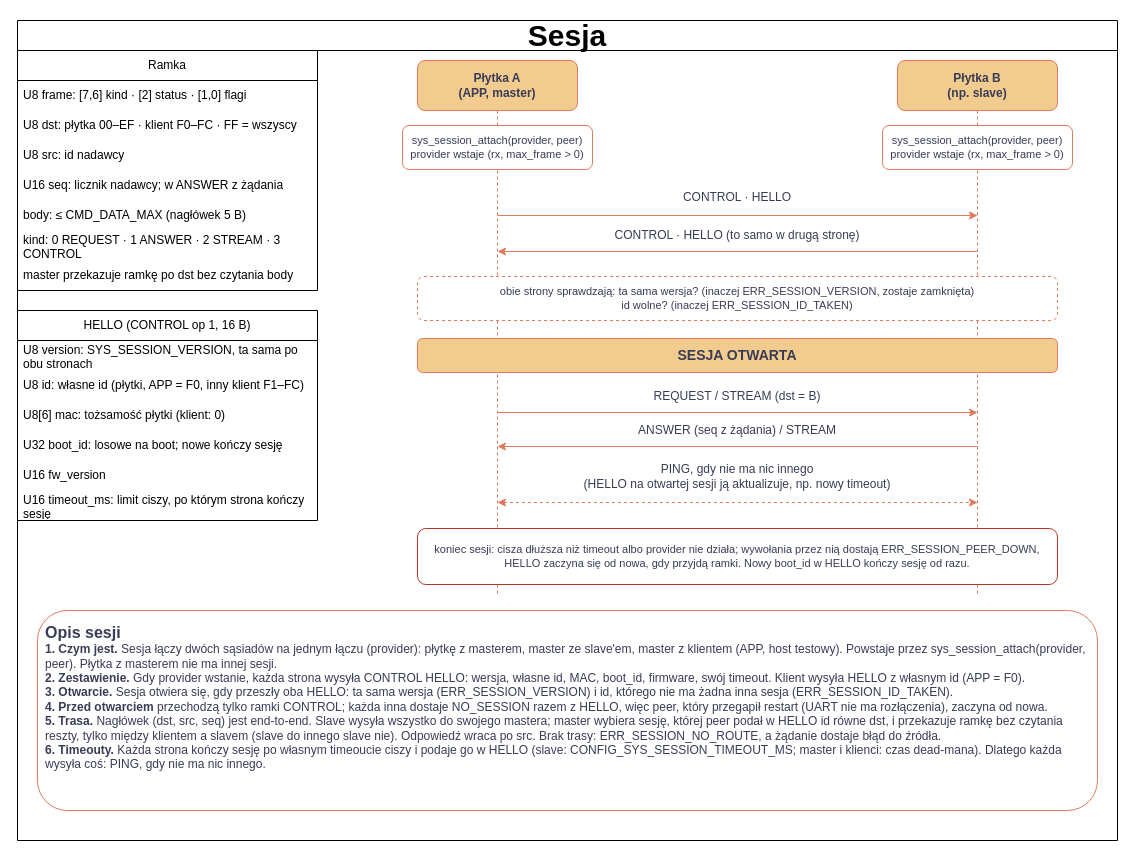
This is page "2 Sesja: zestawienie i ramka" (2 of 10) of _SOFTWARE/runit-dataflow.drawio from prukasz/runIT, a draw.io file, before an edit. Source tidied: cells renumbered, new cells numbered last; positions are measured from the earlier drawing's top-left corner, leaving out a move shared by most shapes. Both pictures are drawn from the tidied source at 100%, with x=0, y=0 at pixel (17, 20).
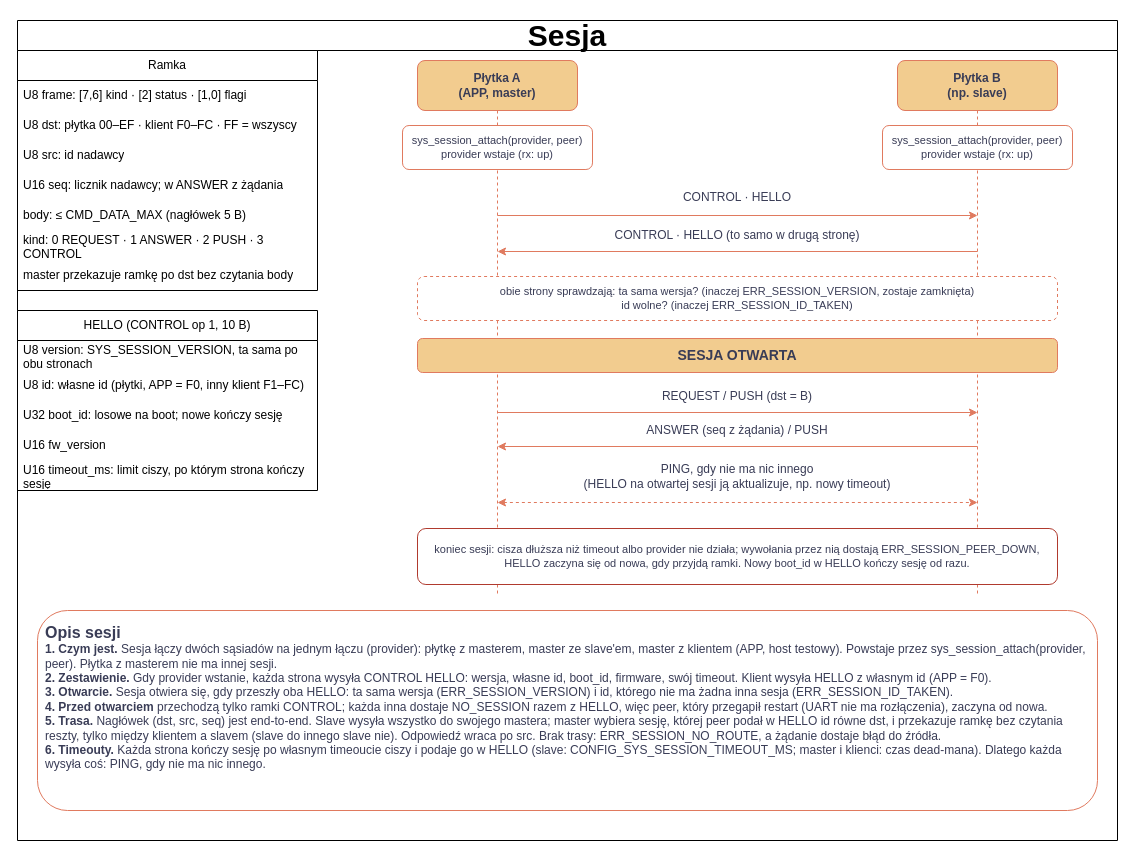
The same diagram, later.

The change refers to these unchanged cells:
```xml
<mxCell id="2" value="&lt;font style=&quot;font-size: 30px;&quot;&gt;Sesja&lt;/font&gt;" style="swimlane;whiteSpace=wrap;html=1;startSize=30;direction=east;" parent="1" vertex="1">
  <mxGeometry width="1100" height="820" as="geometry" />
</mxCell>
<mxCell id="3" value="Ramka" style="swimlane;fontStyle=0;horizontal=1;startSize=30;whiteSpace=wrap;html=1;" parent="2" vertex="1">
  <mxGeometry y="30" width="300" height="240" as="geometry" />
</mxCell>
```

What changed in the source:
```diff
@@
-    <mxCell id="9" value="kind: 0 REQUEST · 1 ANSWER · 2 STREAM · 3 CONTROL" style="text;strokeColor=none;fillColor=none;align=left;verticalAlign=middle;spacingLeft=4;spacingRight=4;overflow=hidden;whiteSpace=wrap;html=1;" parent="3" vertex="1">
+    <mxCell id="9" value="kind: 0 REQUEST · 1 ANSWER · 2 PUSH · 3 CONTROL" style="text;strokeColor=none;fillColor=none;align=left;verticalAlign=middle;spacingLeft=4;spacingRight=4;overflow=hidden;whiteSpace=wrap;html=1;" parent="3" vertex="1">
       <mxGeometry y="180" width="300" height="30" as="geometry" />
     </mxCell>
@@
-    <mxCell id="11" value="HELLO (CONTROL op 1, 16 B)" style="swimlane;fontStyle=0;horizontal=1;startSize=30;whiteSpace=wrap;html=1;" parent="2" vertex="1">
-      <mxGeometry y="290" width="300" height="210" as="geometry" />
+    <mxCell id="11" value="HELLO (CONTROL op 1, 10 B)" style="swimlane;fontStyle=0;horizontal=1;startSize=30;whiteSpace=wrap;html=1;" parent="2" vertex="1">
+      <mxGeometry y="290" width="300" height="180" as="geometry" />
     </mxCell>
@@
-    <mxCell id="14" value="U8[6] mac: tożsamość płytki (klient: 0)" style="text;strokeColor=none;fillColor=none;align=left;verticalAlign=middle;spacingLeft=4;spacingRight=4;overflow=hidden;whiteSpace=wrap;html=1;" parent="11" vertex="1">
-      <mxGeometry y="90" width="300" height="30" as="geometry" />
-    </mxCell>
     <mxCell id="15" value="U32 boot_id: losowe na boot; nowe kończy sesję" style="text;strokeColor=none;fillColor=none;align=left;verticalAlign=middle;spacingLeft=4;spacingRight=4;overflow=hidden;whiteSpace=wrap;html=1;" parent="11" vertex="1">
-      <mxGeometry y="120" width="300" height="30" as="geometry" />
+      <mxGeometry y="90" width="300" height="30" as="geometry" />
     </mxCell>
     <mxCell id="16" value="U16 fw_version" style="text;strokeColor=none;fillColor=none;align=left;verticalAlign=middle;spacingLeft=4;spacingRight=4;overflow=hidden;whiteSpace=wrap;html=1;" parent="11" vertex="1">
-      <mxGeometry y="150" width="300" height="30" as="geometry" />
+      <mxGeometry y="120" width="300" height="30" as="geometry" />
     </mxCell>
     <mxCell id="17" value="U16 timeout_ms: limit ciszy, po którym strona kończy sesję" style="text;strokeColor=none;fillColor=none;align=left;verticalAlign=middle;spacingLeft=4;spacingRight=4;overflow=hidden;whiteSpace=wrap;html=1;" parent="11" vertex="1">
-      <mxGeometry y="180" width="300" height="30" as="geometry" />
+      <mxGeometry y="150" width="300" height="30" as="geometry" />
     </mxCell>
@@
-    <mxCell id="22" value="sys_session_attach(provider, peer)&lt;br&gt;provider wstaje (rx, max_frame &amp;gt; 0)" style="rounded=1;whiteSpace=wrap;html=1;fillColor=#F2CC8F;strokeColor=#E07A5F;fontColor=#393C56;fillColor=#FFFFFF;fontSize=11;" parent="2" vertex="1">
+    <mxCell id="22" value="sys_session_attach(provider, peer)&lt;br&gt;provider wstaje (rx: up)" style="rounded=1;whiteSpace=wrap;html=1;fillColor=#F2CC8F;strokeColor=#E07A5F;fontColor=#393C56;fillColor=#FFFFFF;fontSize=11;" parent="2" vertex="1">
       <mxGeometry x="385" y="105" width="190" height="44" as="geometry" />
     </mxCell>
-    <mxCell id="23" value="sys_session_attach(provider, peer)&lt;br&gt;provider wstaje (rx, max_frame &amp;gt; 0)" style="rounded=1;whiteSpace=wrap;html=1;fillColor=#F2CC8F;strokeColor=#E07A5F;fontColor=#393C56;fillColor=#FFFFFF;fontSize=11;" parent="2" vertex="1">
+    <mxCell id="23" value="sys_session_attach(provider, peer)&lt;br&gt;provider wstaje (rx: up)" style="rounded=1;whiteSpace=wrap;html=1;fillColor=#F2CC8F;strokeColor=#E07A5F;fontColor=#393C56;fillColor=#FFFFFF;fontSize=11;" parent="2" vertex="1">
       <mxGeometry x="865" y="105" width="190" height="44" as="geometry" />
     </mxCell>
@@
-    <mxCell id="30" value="REQUEST / STREAM  (dst = B)" style="text;html=1;align=center;verticalAlign=middle;whiteSpace=wrap;fontColor=#393C56;fontSize=12;" parent="2" vertex="1">
+    <mxCell id="30" value="REQUEST / PUSH  (dst = B)" style="text;html=1;align=center;verticalAlign=middle;whiteSpace=wrap;fontColor=#393C56;fontSize=12;" parent="2" vertex="1">
       <mxGeometry x="495" y="364" width="450" height="24" as="geometry" />
     </mxCell>
@@
-    <mxCell id="32" value="ANSWER (seq z żądania) / STREAM" style="text;html=1;align=center;verticalAlign=middle;whiteSpace=wrap;fontColor=#393C56;fontSize=12;" parent="2" vertex="1">
+    <mxCell id="32" value="ANSWER (seq z żądania) / PUSH" style="text;html=1;align=center;verticalAlign=middle;whiteSpace=wrap;fontColor=#393C56;fontSize=12;" parent="2" vertex="1">
       <mxGeometry x="495" y="398" width="450" height="24" as="geometry" />
     </mxCell>
@@
-    <mxCell id="37" value="&lt;b style='font-size:16px'&gt;Opis sesji&lt;/b&gt;&lt;br&gt;&lt;b&gt;1. Czym jest.&lt;/b&gt; Sesja łączy dwóch sąsiadów na jednym łączu (provider): płytkę z masterem, master ze slave'em, master z klientem (APP, host testowy). Powstaje przez sys_session_attach(provider, peer). Płytka z masterem nie ma innej sesji.&lt;br&gt;&lt;b&gt;2. Zestawienie.&lt;/b&gt; Gdy provider wstanie, każda strona wysyła CONTROL HELLO: wersja, własne id, MAC, boot_id, firmware, swój timeout. Klient wysyła HELLO z własnym id (APP = F0).&lt;br&gt;&lt;b&gt;3. Otwarcie.&lt;/b&gt; Sesja otwiera się, gdy przeszły oba HELLO: ta sama wersja (ERR_SESSION_VERSION) i id, którego nie ma żadna inna sesja (ERR_SESSION_ID_TAKEN).&lt;br&gt;&lt;b&gt;4. Przed otwarciem&lt;/b&gt; przechodzą tylko ramki CONTROL; każda inna dostaje NO_SESSION razem z HELLO, więc peer, który przegapił restart (UART nie ma rozłączenia), zaczyna od nowa.&lt;br&gt;&lt;b&gt;5. Trasa.&lt;/b&gt; Nagłówek (dst, src, seq) jest end-to-end. Slave wysyła wszystko do swojego mastera; master wybiera sesję, której peer podał w HELLO id równe dst, i przekazuje ramkę bez czytania reszty, tylko między klientem a slavem (slave do innego slave nie). Odpowiedź wraca po src. Brak trasy: ERR_SESSION_NO_ROUTE, a żądanie dostaje błąd do źródła.&lt;br&gt;&lt;b&gt;6. Timeouty.&lt;/b&gt; Każda strona kończy sesję po własnym timeoucie ciszy i podaje go w HELLO (slave: CONFIG_SYS_SESSION_TIMEOUT_MS; master i klienci: czas dead-mana). Dlatego każda wysyła coś: PING, gdy nie ma nic innego." style="text;html=1;align=left;verticalAlign=top;whiteSpace=wrap;fontColor=#393C56;fontSize=12;strokeColor=#E07A5F;rounded=1;spacing=8;" parent="2" vertex="1">
+    <mxCell id="37" value="&lt;b style='font-size:16px'&gt;Opis sesji&lt;/b&gt;&lt;br&gt;&lt;b&gt;1. Czym jest.&lt;/b&gt; Sesja łączy dwóch sąsiadów na jednym łączu (provider): płytkę z masterem, master ze slave'em, master z klientem (APP, host testowy). Powstaje przez sys_session_attach(provider, peer). Płytka z masterem nie ma innej sesji.&lt;br&gt;&lt;b&gt;2. Zestawienie.&lt;/b&gt; Gdy provider wstanie, każda strona wysyła CONTROL HELLO: wersja, własne id, boot_id, firmware, swój timeout. Klient wysyła HELLO z własnym id (APP = F0).&lt;br&gt;&lt;b&gt;3. Otwarcie.&lt;/b&gt; Sesja otwiera się, gdy przeszły oba HELLO: ta sama wersja (ERR_SESSION_VERSION) i id, którego nie ma żadna inna sesja (ERR_SESSION_ID_TAKEN).&lt;br&gt;&lt;b&gt;4. Przed otwarciem&lt;/b&gt; przechodzą tylko ramki CONTROL; każda inna dostaje NO_SESSION razem z HELLO, więc peer, który przegapił restart (UART nie ma rozłączenia), zaczyna od nowa.&lt;br&gt;&lt;b&gt;5. Trasa.&lt;/b&gt; Nagłówek (dst, src, seq) jest end-to-end. Slave wysyła wszystko do swojego mastera; master wybiera sesję, której peer podał w HELLO id równe dst, i przekazuje ramkę bez czytania reszty, tylko między klientem a slavem (slave do innego slave nie). Odpowiedź wraca po src. Brak trasy: ERR_SESSION_NO_ROUTE, a żądanie dostaje błąd do źródła.&lt;br&gt;&lt;b&gt;6. Timeouty.&lt;/b&gt; Każda strona kończy sesję po własnym timeoucie ciszy i podaje go w HELLO (slave: CONFIG_SYS_SESSION_TIMEOUT_MS; master i klienci: czas dead-mana). Dlatego każda wysyła coś: PING, gdy nie ma nic innego." style="text;html=1;align=left;verticalAlign=top;whiteSpace=wrap;fontColor=#393C56;fontSize=12;strokeColor=#E07A5F;rounded=1;spacing=8;" parent="2" vertex="1">
       <mxGeometry x="20" y="590" width="1060" height="200" as="geometry" />
     </mxCell>
```
